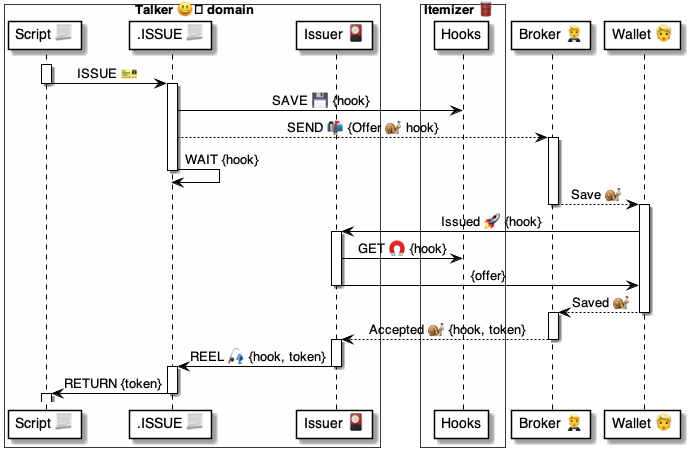
Before: 4 ⚙️ Solution/35 💬 Chats/Scripts 📃/📃 methods 🤵/ISSUE 🎫/🎫 ISSUE ⚙️ uml.png, a diagram exported from PlantUML (pollyweb-org/pollyweb-docs). Its source is kept beside it as 4 ⚙️ Solution/35 💬 Chats/Scripts 📃/📃 methods 🤵/ISSUE 🎫/🎫 ISSUE ⚙️ uml.puml.
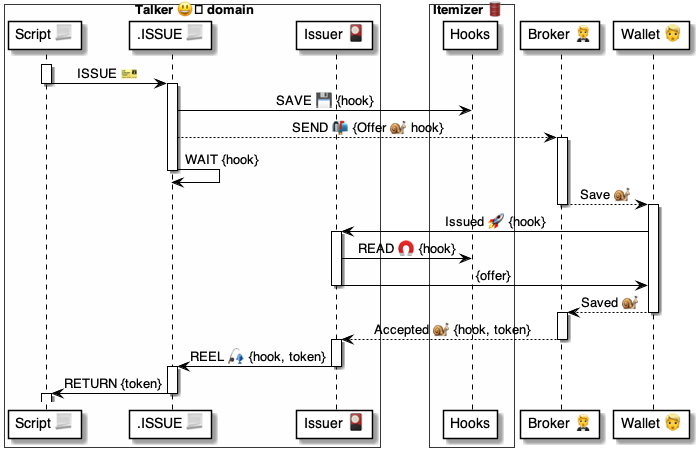
The same file after the commit.

What changed in the source:
```diff
@@ -32,7 +32,7 @@
     wallet -> issuer: Issued 🚀 {hook}
 
     activate issuer
-        issuer -> hooks: GET 🧲 {hook}
+        issuer -> hooks: READ 🧲 {hook}
         issuer -> wallet: {offer}
     deactivate issuer
 
```
